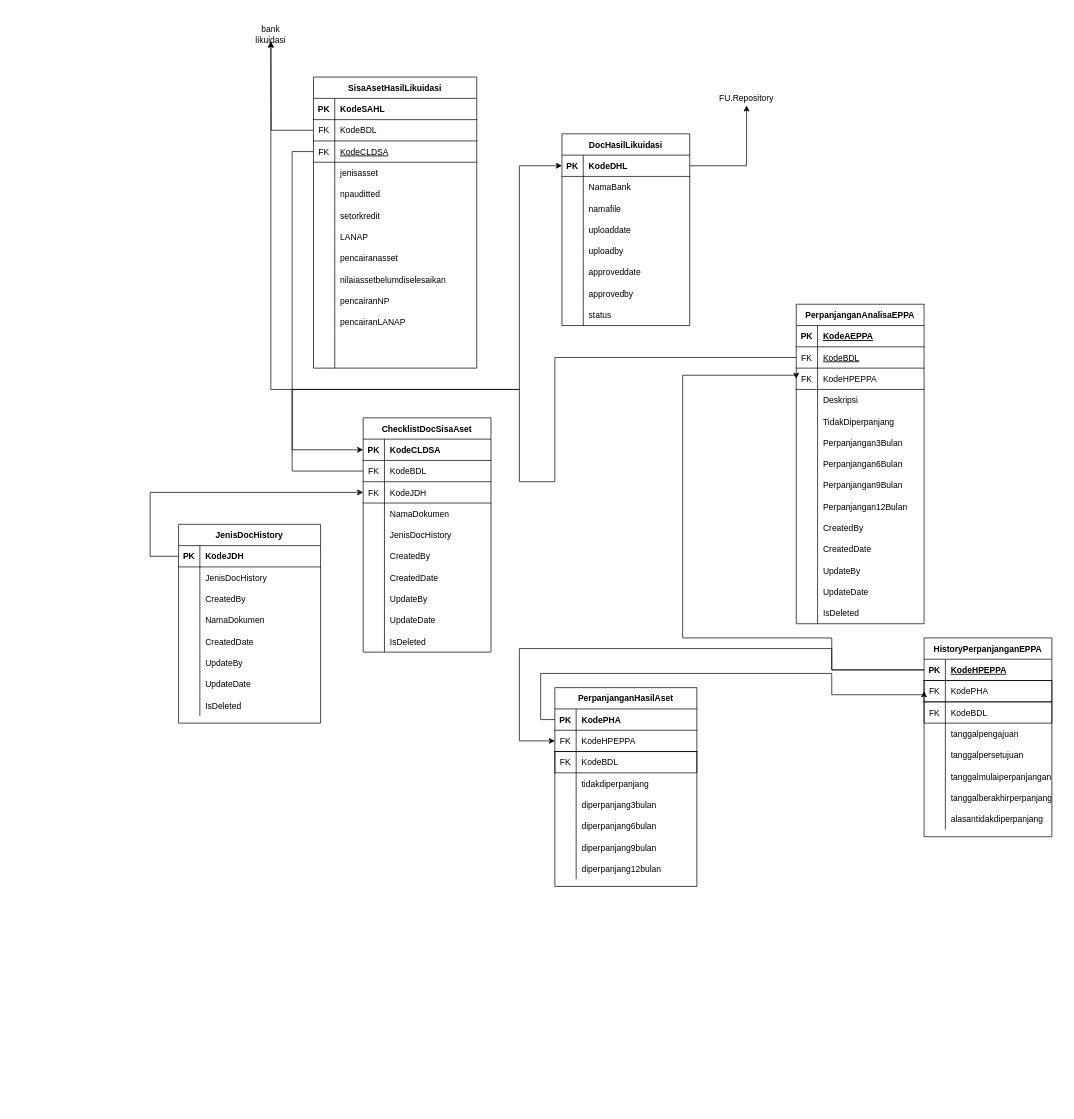
This is Domain Model - Likuidasi Pengakhiran.drawio from reshafahlevi/GLIK-DM, a draw.io file, before an edit. Source tidied: cells renumbered, new cells numbered last; positions are measured from the earlier drawing's top-left corner, leaving out a move shared by most shapes. Both pictures are drawn from the tidied source at 71%, with x=0, y=0 at pixel (150, 27).
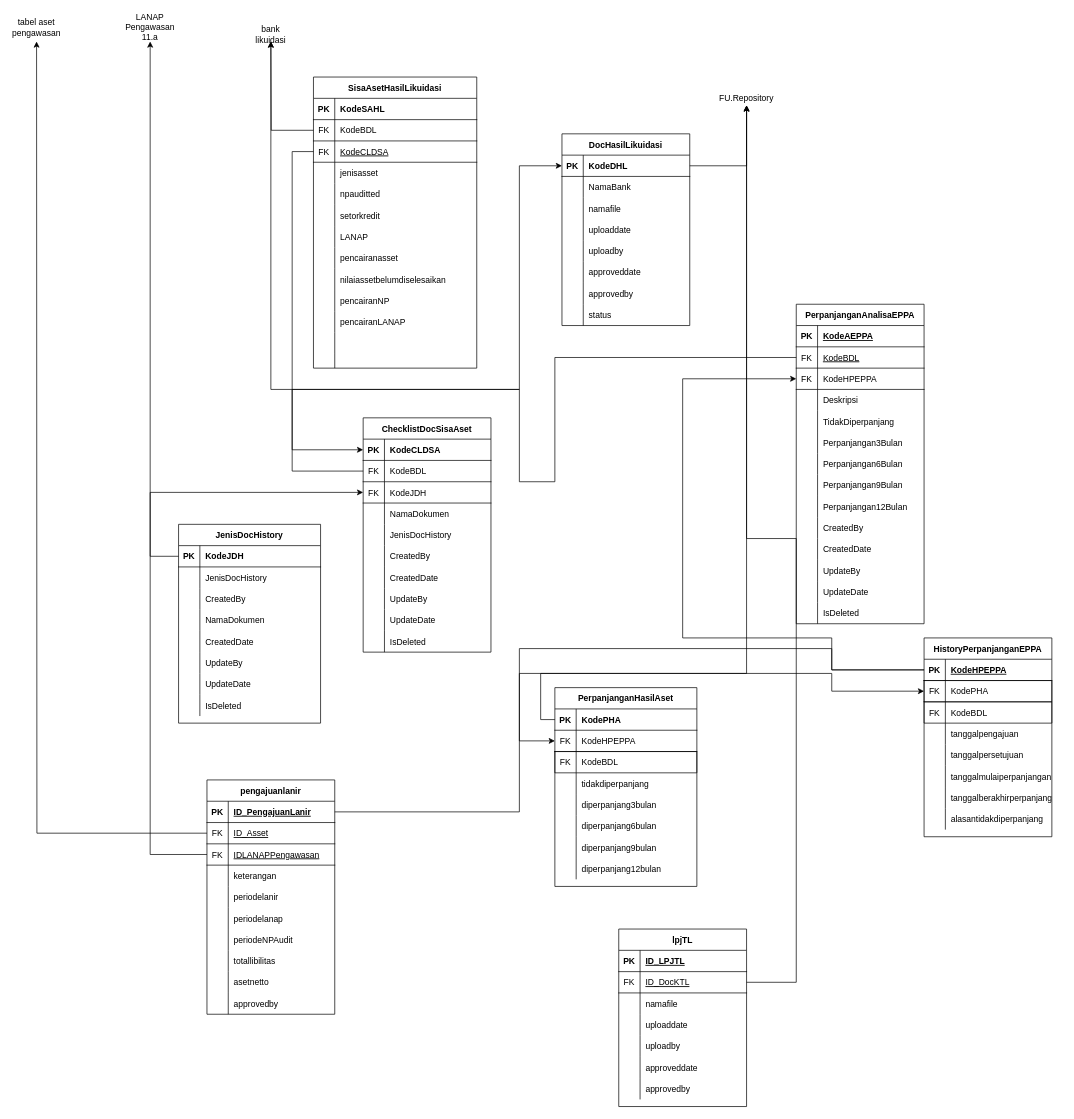
Above is the later version.

The change refers to these unchanged cells:
```xml
<mxCell id="100" value="FU.Repository" style="text;html=1;strokeColor=none;fillColor=none;align=center;verticalAlign=middle;whiteSpace=wrap;rounded=0;" parent="1" vertex="1">
  <mxGeometry x="820" y="90" width="40" height="20" as="geometry" />
</mxCell>
<mxCell id="132" style="shape=partialRectangle;fillColor=none;top=0;left=0;bottom=1;right=0;points=[[0,0.5],[1,0.5]];portConstraint=eastwest;" parent="131" vertex="1">
  <mxGeometry y="30" width="200" height="30" as="geometry" />
</mxCell>
<mxCell id="163" style="shape=partialRectangle;fillColor=none;top=0;left=0;bottom=1;right=0;points=[[0,0.5],[1,0.5]];portConstraint=eastwest;" parent="156" vertex="1">
  <mxGeometry y="90" width="180" height="30" as="geometry" />
</mxCell>
<mxCell id="203" style="shape=partialRectangle;fillColor=none;top=0;left=0;bottom=1;right=0;points=[[0,0.5],[1,0.5]];portConstraint=eastwest;" parent="202" vertex="1">
  <mxGeometry y="30" width="180" height="30" as="geometry" />
</mxCell>
<mxCell id="206" style="shape=partialRectangle;fillColor=none;top=1;left=1;bottom=1;right=1;points=[[0,0.5],[1,0.5]];portConstraint=eastwest;" parent="202" vertex="1">
  <mxGeometry y="60" width="180" height="30" as="geometry" />
</mxCell>
```

Diff of the diagram source:
```diff
@@
     <mxCell id="201" style="edgeStyle=orthogonalEdgeStyle;rounded=0;jettySize=auto;html=1;exitX=0;exitY=0.5;exitDx=0;exitDy=0;entryX=0;entryY=0.5;entryDx=0;entryDy=0;" parent="1" edge="1" source="132" target="206">
       <mxGeometry relative="1" as="geometry">
         <Array as="points">
           <mxPoint x="550" y="975" />
           <mxPoint x="550" y="910" />
           <mxPoint x="960" y="910" />
-          <mxPoint x="960" y="940" />
-          <mxPoint x="1090" y="940" />
+          <mxPoint x="960" y="935" />
         </Array>
       </mxGeometry>
     </mxCell>
@@
     <mxCell id="227" style="edgeStyle=orthogonalEdgeStyle;rounded=0;jettySize=auto;html=1;exitX=0;exitY=0.5;exitDx=0;exitDy=0;entryX=0;entryY=0.5;entryDx=0;entryDy=0;" parent="1" edge="1" source="203" target="163">
       <mxGeometry relative="1" as="geometry">
         <Array as="points">
           <mxPoint x="960" y="905" />
           <mxPoint x="960" y="860" />
           <mxPoint x="750" y="860" />
-          <mxPoint x="750" y="490" />
-          <mxPoint x="910" y="490" />
+          <mxPoint x="750" y="495" />
         </Array>
       </mxGeometry>
     </mxCell>
+    <mxCell id="228" value="pengajuanlanir" style="shape=table;startSize=30;childLayout=tableLayout;rowLines=0;fontStyle=1;align=center;" parent="1" vertex="1">
+      <mxGeometry x="80" y="1060" width="180" height="330" as="geometry" />
+    </mxCell>
+    <mxCell id="229" style="shape=partialRectangle;fillColor=none;top=0;left=0;bottom=1;right=0;points=[[0,0.5],[1,0.5]];portConstraint=eastwest;" parent="228" vertex="1">
+      <mxGeometry y="30" width="180" height="30" as="geometry" />
+    </mxCell>
+    <mxCell id="230" value="PK" style="shape=partialRectangle;fillColor=none;top=0;left=0;bottom=0;right=0;fontStyle=1;overflow=hidden;" parent="229" vertex="1">
+      <mxGeometry width="30" height="30" as="geometry" />
+    </mxCell>
+    <mxCell id="231" value="ID_PengajuanLanir" style="shape=partialRectangle;fillColor=none;top=0;left=0;bottom=0;right=0;align=left;spacingLeft=6;fontStyle=5;overflow=hidden;" parent="229" vertex="1">
+      <mxGeometry x="30" width="150" height="30" as="geometry" />
+    </mxCell>
+    <mxCell id="232" style="shape=partialRectangle;fillColor=none;top=0;left=0;bottom=1;right=0;points=[[0,0.5],[1,0.5]];portConstraint=eastwest;" parent="228" vertex="1">
+      <mxGeometry y="60" width="180" height="30" as="geometry" />
+    </mxCell>
+    <mxCell id="233" value="FK" style="shape=partialRectangle;fillColor=none;top=0;left=0;bottom=0;right=0;fontStyle=0;overflow=hidden;" parent="232" vertex="1">
+      <mxGeometry width="30" height="30" as="geometry" />
+    </mxCell>
+    <mxCell id="234" value="ID_Asset" style="shape=partialRectangle;fillColor=none;top=0;left=0;bottom=0;right=0;align=left;spacingLeft=6;fontStyle=4;overflow=hidden;" parent="232" vertex="1">
+      <mxGeometry x="30" width="150" height="30" as="geometry" />
+    </mxCell>
+    <mxCell id="235" style="shape=partialRectangle;fillColor=none;top=0;left=0;bottom=1;right=0;points=[[0,0.5],[1,0.5]];portConstraint=eastwest;" parent="228" vertex="1">
+      <mxGeometry y="90" width="180" height="30" as="geometry" />
+    </mxCell>
+    <mxCell id="236" value="FK" style="shape=partialRectangle;fillColor=none;top=0;left=0;bottom=0;right=0;fontStyle=0;overflow=hidden;" parent="235" vertex="1">
+      <mxGeometry width="30" height="30" as="geometry" />
+    </mxCell>
+    <mxCell id="237" value="IDLANAPPengawasan" style="shape=partialRectangle;fillColor=none;top=0;left=0;bottom=0;right=0;align=left;spacingLeft=6;fontStyle=4;overflow=hidden;" parent="235" vertex="1">
+      <mxGeometry x="30" width="150" height="30" as="geometry" />
+    </mxCell>
+    <mxCell id="238" style="shape=partialRectangle;fillColor=none;top=0;left=0;bottom=0;right=0;" parent="228" vertex="1">
+      <mxGeometry y="120" width="180" height="30" as="geometry" />
+    </mxCell>
+    <mxCell id="239" style="shape=partialRectangle;fillColor=none;top=0;left=0;bottom=0;right=0;overflow=hidden;" parent="238" vertex="1">
+      <mxGeometry width="30" height="30" as="geometry" />
+    </mxCell>
+    <mxCell id="240" value="keterangan" style="shape=partialRectangle;fillColor=none;top=0;left=0;bottom=0;right=0;align=left;spacingLeft=6;overflow=hidden;" parent="238" vertex="1">
+      <mxGeometry x="30" width="150" height="30" as="geometry" />
+    </mxCell>
+    <mxCell id="241" style="shape=partialRectangle;fillColor=none;top=0;left=0;bottom=0;right=0;" parent="228" vertex="1">
+      <mxGeometry y="150" width="180" height="30" as="geometry" />
+    </mxCell>
+    <mxCell id="242" style="shape=partialRectangle;fillColor=none;top=0;left=0;bottom=0;right=0;overflow=hidden;" parent="241" vertex="1">
+      <mxGeometry width="30" height="30" as="geometry" />
+    </mxCell>
+    <mxCell id="243" value="periodelanir" style="shape=partialRectangle;fillColor=none;top=0;left=0;bottom=0;right=0;align=left;spacingLeft=6;overflow=hidden;" parent="241" vertex="1">
+      <mxGeometry x="30" width="150" height="30" as="geometry" />
+    </mxCell>
+    <mxCell id="244" style="shape=partialRectangle;fillColor=none;top=0;left=0;bottom=0;right=0;" parent="228" vertex="1">
+      <mxGeometry y="180" width="180" height="30" as="geometry" />
+    </mxCell>
+    <mxCell id="245" style="shape=partialRectangle;fillColor=none;top=0;left=0;bottom=0;right=0;overflow=hidden;" parent="244" vertex="1">
+      <mxGeometry width="30" height="30" as="geometry" />
+    </mxCell>
+    <mxCell id="246" value="periodelanap" style="shape=partialRectangle;fillColor=none;top=0;left=0;bottom=0;right=0;align=left;spacingLeft=6;overflow=hidden;" parent="244" vertex="1">
+      <mxGeometry x="30" width="150" height="30" as="geometry" />
+    </mxCell>
+    <mxCell id="247" style="shape=partialRectangle;fillColor=none;top=0;left=0;bottom=0;right=0;" parent="228" vertex="1">
+      <mxGeometry y="210" width="180" height="30" as="geometry" />
+    </mxCell>
+    <mxCell id="248" style="shape=partialRectangle;fillColor=none;top=0;left=0;bottom=0;right=0;overflow=hidden;" parent="247" vertex="1">
+      <mxGeometry width="30" height="30" as="geometry" />
+    </mxCell>
+    <mxCell id="249" value="periodeNPAudit" style="shape=partialRectangle;fillColor=none;top=0;left=0;bottom=0;right=0;align=left;spacingLeft=6;overflow=hidden;" parent="247" vertex="1">
+      <mxGeometry x="30" width="150" height="30" as="geometry" />
+    </mxCell>
+    <mxCell id="250" style="shape=partialRectangle;fillColor=none;top=0;left=0;bottom=0;right=0;" parent="228" vertex="1">
+      <mxGeometry y="240" width="180" height="30" as="geometry" />
+    </mxCell>
+    <mxCell id="251" style="shape=partialRectangle;fillColor=none;top=0;left=0;bottom=0;right=0;overflow=hidden;" parent="250" vertex="1">
+      <mxGeometry width="30" height="30" as="geometry" />
+    </mxCell>
+    <mxCell id="252" value="totallibilitas" style="shape=partialRectangle;fillColor=none;top=0;left=0;bottom=0;right=0;align=left;spacingLeft=6;overflow=hidden;" parent="250" vertex="1">
+      <mxGeometry x="30" width="150" height="30" as="geometry" />
+    </mxCell>
+    <mxCell id="253" style="shape=partialRectangle;fillColor=none;top=0;left=0;bottom=0;right=0;" parent="228" vertex="1">
+      <mxGeometry y="270" width="180" height="30" as="geometry" />
+    </mxCell>
+    <mxCell id="254" style="shape=partialRectangle;fillColor=none;top=0;left=0;bottom=0;right=0;overflow=hidden;" parent="253" vertex="1">
+      <mxGeometry width="30" height="30" as="geometry" />
+    </mxCell>
+    <mxCell id="255" value="asetnetto" style="shape=partialRectangle;fillColor=none;top=0;left=0;bottom=0;right=0;align=left;spacingLeft=6;overflow=hidden;" parent="253" vertex="1">
+      <mxGeometry x="30" width="150" height="30" as="geometry" />
+    </mxCell>
+    <mxCell id="256" style="shape=partialRectangle;fillColor=none;top=0;left=0;bottom=0;right=0;" parent="228" vertex="1">
+      <mxGeometry y="300" width="180" height="30" as="geometry" />
+    </mxCell>
+    <mxCell id="257" style="shape=partialRectangle;fillColor=none;top=0;left=0;bottom=0;right=0;overflow=hidden;" parent="256" vertex="1">
+      <mxGeometry width="30" height="30" as="geometry" />
+    </mxCell>
+    <mxCell id="258" value="approvedby" style="shape=partialRectangle;fillColor=none;top=0;left=0;bottom=0;right=0;align=left;spacingLeft=6;overflow=hidden;" parent="256" vertex="1">
+      <mxGeometry x="30" width="150" height="30" as="geometry" />
+    </mxCell>
+    <mxCell id="259" style="edgeStyle=orthogonalEdgeStyle;rounded=0;jettySize=auto;html=1;exitX=0;exitY=0.5;exitDx=0;exitDy=0;" parent="1" edge="1" source="235">
+      <mxGeometry relative="1" as="geometry">
+        <mxPoint y="20" as="targetPoint" />
+        <Array as="points">
+          <mxPoint y="1165" />
+          <mxPoint y="115" />
+        </Array>
+      </mxGeometry>
+    </mxCell>
+    <mxCell id="260" value="LANAP Pengawasan 11.a" style="text;html=1;strokeColor=none;fillColor=none;align=center;verticalAlign=middle;whiteSpace=wrap;rounded=0;" parent="1" vertex="1">
+      <mxGeometry x="-20" y="-10" width="40" height="20" as="geometry" />
+    </mxCell>
+    <mxCell id="261" style="edgeStyle=orthogonalEdgeStyle;rounded=0;jettySize=auto;html=1;exitX=0;exitY=0.5;exitDx=0;exitDy=0;" parent="1" edge="1" source="232">
+      <mxGeometry relative="1" as="geometry">
+        <mxPoint x="-160" y="20" as="targetPoint" />
+      </mxGeometry>
+    </mxCell>
+    <mxCell id="262" value="tabel aset pengawasan" style="text;html=1;strokeColor=none;fillColor=none;align=center;verticalAlign=middle;whiteSpace=wrap;rounded=0;" parent="1" vertex="1">
+      <mxGeometry x="-180" y="-10" width="40" height="20" as="geometry" />
+    </mxCell>
+    <mxCell id="263" style="edgeStyle=orthogonalEdgeStyle;rounded=0;jettySize=auto;html=1;exitX=1;exitY=0.5;exitDx=0;exitDy=0;entryX=0.5;entryY=1;entryDx=0;entryDy=0;" parent="1" edge="1" source="229" target="100">
+      <mxGeometry relative="1" as="geometry">
+        <Array as="points">
+          <mxPoint x="520" y="1105" />
+          <mxPoint x="520" y="910" />
+          <mxPoint x="840" y="910" />
+        </Array>
+      </mxGeometry>
+    </mxCell>
+    <mxCell id="264" value="lpjTL" style="shape=table;startSize=30;childLayout=tableLayout;rowLines=0;fontStyle=1;align=center;" parent="1" vertex="1">
+      <mxGeometry x="660" y="1270" width="180" height="250" as="geometry" />
+    </mxCell>
+    <mxCell id="265" style="shape=partialRectangle;fillColor=none;top=0;left=0;bottom=1;right=0;" parent="264" vertex="1">
+      <mxGeometry y="30" width="180" height="30" as="geometry" />
+    </mxCell>
+    <mxCell id="266" value="PK" style="shape=partialRectangle;fillColor=none;top=0;left=0;bottom=0;right=0;fontStyle=1;overflow=hidden;" parent="265" vertex="1">
+      <mxGeometry width="30" height="30" as="geometry" />
+    </mxCell>
+    <mxCell id="267" value="ID_LPJTL" style="shape=partialRectangle;fillColor=none;top=0;left=0;bottom=0;right=0;align=left;spacingLeft=6;fontStyle=5;overflow=hidden;" parent="265" vertex="1">
+      <mxGeometry x="30" width="150" height="30" as="geometry" />
+    </mxCell>
+    <mxCell id="268" style="shape=partialRectangle;fillColor=none;top=0;left=0;bottom=1;right=0;points=[[0,0.5],[1,0.5]];portConstraint=eastwest;" parent="264" vertex="1">
+      <mxGeometry y="60" width="180" height="30" as="geometry" />
+    </mxCell>
+    <mxCell id="269" value="FK" style="shape=partialRectangle;fillColor=none;top=0;left=0;bottom=0;right=0;fontStyle=0;overflow=hidden;" parent="268" vertex="1">
+      <mxGeometry width="30" height="30" as="geometry" />
+    </mxCell>
+    <mxCell id="270" value="ID_DocKTL" style="shape=partialRectangle;fillColor=none;top=0;left=0;bottom=0;right=0;align=left;spacingLeft=6;fontStyle=4;overflow=hidden;" parent="268" vertex="1">
+      <mxGeometry x="30" width="150" height="30" as="geometry" />
+    </mxCell>
+    <mxCell id="271" style="shape=partialRectangle;fillColor=none;top=0;left=0;bottom=0;right=0;" parent="264" vertex="1">
+      <mxGeometry y="90" width="180" height="30" as="geometry" />
+    </mxCell>
+    <mxCell id="272" style="shape=partialRectangle;fillColor=none;top=0;left=0;bottom=0;right=0;overflow=hidden;" parent="271" vertex="1">
+      <mxGeometry width="30" height="30" as="geometry" />
+    </mxCell>
+    <mxCell id="273" value="namafile" style="shape=partialRectangle;fillColor=none;top=0;left=0;bottom=0;right=0;align=left;spacingLeft=6;overflow=hidden;" parent="271" vertex="1">
+      <mxGeometry x="30" width="150" height="30" as="geometry" />
+    </mxCell>
+    <mxCell id="274" style="shape=partialRectangle;fillColor=none;top=0;left=0;bottom=0;right=0;" parent="264" vertex="1">
+      <mxGeometry y="120" width="180" height="30" as="geometry" />
+    </mxCell>
+    <mxCell id="275" style="shape=partialRectangle;fillColor=none;top=0;left=0;bottom=0;right=0;overflow=hidden;" parent="274" vertex="1">
+      <mxGeometry width="30" height="30" as="geometry" />
+    </mxCell>
+    <mxCell id="276" value="uploaddate" style="shape=partialRectangle;fillColor=none;top=0;left=0;bottom=0;right=0;align=left;spacingLeft=6;overflow=hidden;" parent="274" vertex="1">
+      <mxGeometry x="30" width="150" height="30" as="geometry" />
+    </mxCell>
+    <mxCell id="277" style="shape=partialRectangle;fillColor=none;top=0;left=0;bottom=0;right=0;" parent="264" vertex="1">
+      <mxGeometry y="150" width="180" height="30" as="geometry" />
+    </mxCell>
+    <mxCell id="278" style="shape=partialRectangle;fillColor=none;top=0;left=0;bottom=0;right=0;overflow=hidden;" parent="277" vertex="1">
+      <mxGeometry width="30" height="30" as="geometry" />
+    </mxCell>
+    <mxCell id="279" value="uploadby" style="shape=partialRectangle;fillColor=none;top=0;left=0;bottom=0;right=0;align=left;spacingLeft=6;overflow=hidden;" parent="277" vertex="1">
+      <mxGeometry x="30" width="150" height="30" as="geometry" />
+    </mxCell>
+    <mxCell id="280" style="shape=partialRectangle;fillColor=none;top=0;left=0;bottom=0;right=0;" parent="264" vertex="1">
+      <mxGeometry y="180" width="180" height="30" as="geometry" />
+    </mxCell>
+    <mxCell id="281" style="shape=partialRectangle;fillColor=none;top=0;left=0;bottom=0;right=0;overflow=hidden;" parent="280" vertex="1">
+      <mxGeometry width="30" height="30" as="geometry" />
+    </mxCell>
+    <mxCell id="282" value="approveddate" style="shape=partialRectangle;fillColor=none;top=0;left=0;bottom=0;right=0;align=left;spacingLeft=6;overflow=hidden;" parent="280" vertex="1">
+      <mxGeometry x="30" width="150" height="30" as="geometry" />
+    </mxCell>
+    <mxCell id="283" style="shape=partialRectangle;fillColor=none;top=0;left=0;bottom=0;right=0;" parent="264" vertex="1">
+      <mxGeometry y="210" width="180" height="30" as="geometry" />
+    </mxCell>
+    <mxCell id="284" style="shape=partialRectangle;fillColor=none;top=0;left=0;bottom=0;right=0;overflow=hidden;" parent="283" vertex="1">
+      <mxGeometry width="30" height="30" as="geometry" />
+    </mxCell>
+    <mxCell id="285" value="approvedby" style="shape=partialRectangle;fillColor=none;top=0;left=0;bottom=0;right=0;align=left;spacingLeft=6;overflow=hidden;" parent="283" vertex="1">
+      <mxGeometry x="30" width="150" height="30" as="geometry" />
+    </mxCell>
+    <mxCell id="286" style="edgeStyle=orthogonalEdgeStyle;rounded=0;jettySize=auto;html=1;exitX=1;exitY=0.5;exitDx=0;exitDy=0;" parent="1" edge="1" source="268" target="100">
+      <mxGeometry relative="1" as="geometry">
+        <Array as="points">
+          <mxPoint x="910" y="1345" />
+          <mxPoint x="910" y="720" />
+          <mxPoint x="840" y="720" />
+        </Array>
+      </mxGeometry>
+    </mxCell>
```
